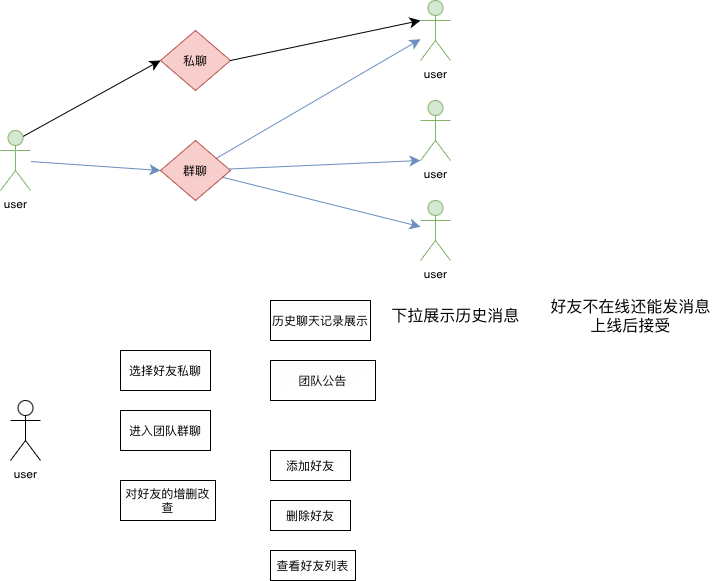
Above: 聊天室.drawio.png in calmthinke/notePic (draw.io), before the change. Source tidied: cells renumbered, new cells last; positions are measured from the earlier drawing's top-left corner, leaving out a move shared by most shapes.
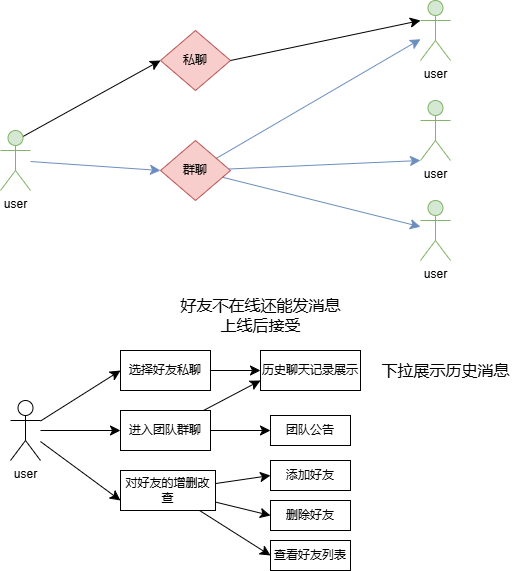
After the commit.

Commit message:
更新聊天室.drawio.png

Change to the diagram source:
```diff
@@ -41,38 +41,65 @@
     <mxCell id="14" style="edgeStyle=none;curved=1;rounded=0;jettySize=auto;html=1;entryX=0;entryY=1;entryDx=0;entryDy=0;entryPerimeter=0;fontSize=12;startSize=8;endSize=8;fillColor=#dae8fc;strokeColor=#6c8ebf;" parent="1" edge="1" source="12" target="7">
       <mxGeometry relative="1" as="geometry" />
     </mxCell>
+    <mxCell id="26" style="edgeStyle=none;curved=1;rounded=0;jettySize=auto;html=1;entryX=0;entryY=0.5;entryDx=0;entryDy=0;fontSize=12;startSize=8;endSize=8;" parent="1" edge="1" source="15" target="16">
+      <mxGeometry relative="1" as="geometry" />
+    </mxCell>
+    <mxCell id="27" style="edgeStyle=none;curved=1;rounded=0;jettySize=auto;html=1;entryX=0;entryY=0.5;entryDx=0;entryDy=0;fontSize=12;startSize=8;endSize=8;" parent="1" edge="1" source="15" target="17">
+      <mxGeometry relative="1" as="geometry" />
+    </mxCell>
+    <mxCell id="28" style="edgeStyle=none;curved=1;rounded=0;jettySize=auto;html=1;entryX=0;entryY=0.75;entryDx=0;entryDy=0;fontSize=12;startSize=8;endSize=8;" parent="1" edge="1" source="15" target="19">
+      <mxGeometry relative="1" as="geometry" />
+    </mxCell>
     <mxCell id="15" value="user" style="shape=umlActor;verticalLabelPosition=bottom;verticalAlign=top;html=1;outlineConnect=0;" parent="1" vertex="1">
       <mxGeometry x="10" y="400" width="30" height="60" as="geometry" />
     </mxCell>
+    <mxCell id="29" style="edgeStyle=none;curved=1;rounded=0;jettySize=auto;html=1;entryX=0;entryY=0.5;entryDx=0;entryDy=0;fontSize=12;startSize=8;endSize=8;" parent="1" edge="1" source="16" target="21">
+      <mxGeometry relative="1" as="geometry" />
+    </mxCell>
     <mxCell id="16" value="选择好友私聊" style="whiteSpace=wrap;html=1;" parent="1" vertex="1">
       <mxGeometry x="120" y="350" width="90" height="40" as="geometry" />
     </mxCell>
+    <mxCell id="30" style="edgeStyle=none;curved=1;rounded=0;jettySize=auto;html=1;entryX=0;entryY=0.5;entryDx=0;entryDy=0;fontSize=12;startSize=8;endSize=8;" parent="1" edge="1" source="17" target="23">
+      <mxGeometry relative="1" as="geometry" />
+    </mxCell>
+    <mxCell id="31" style="edgeStyle=none;curved=1;rounded=0;jettySize=auto;html=1;entryX=0;entryY=0.75;entryDx=0;entryDy=0;fontSize=12;startSize=8;endSize=8;" parent="1" edge="1" source="17" target="21">
+      <mxGeometry relative="1" as="geometry" />
+    </mxCell>
     <mxCell id="17" value="进入团队群聊" style="whiteSpace=wrap;html=1;" parent="1" vertex="1">
       <mxGeometry x="120" y="410" width="90" height="40" as="geometry" />
     </mxCell>
     <mxCell id="18" value="查看好友列表" style="whiteSpace=wrap;html=1;" parent="1" vertex="1">
-      <mxGeometry x="270" y="550" width="85" height="30" as="geometry" />
+      <mxGeometry x="270" y="540" width="80" height="30" as="geometry" />
     </mxCell>
+    <mxCell id="32" style="edgeStyle=none;curved=1;rounded=0;jettySize=auto;html=1;entryX=0;entryY=0.5;entryDx=0;entryDy=0;fontSize=12;startSize=8;endSize=8;" parent="1" edge="1" source="19" target="20">
+      <mxGeometry relative="1" as="geometry" />
+    </mxCell>
+    <mxCell id="33" style="edgeStyle=none;curved=1;rounded=0;jettySize=auto;html=1;entryX=0;entryY=0.5;entryDx=0;entryDy=0;fontSize=12;startSize=8;endSize=8;" parent="1" edge="1" source="19" target="2">
+      <mxGeometry relative="1" as="geometry" />
+    </mxCell>
+    <mxCell id="34" style="edgeStyle=none;curved=1;rounded=0;jettySize=auto;html=1;entryX=0;entryY=0.5;entryDx=0;entryDy=0;fontSize=12;startSize=8;endSize=8;" parent="1" edge="1" source="19" target="18">
+      <mxGeometry relative="1" as="geometry" />
+    </mxCell>
     <mxCell id="19" value="对好友的增删改查" style="whiteSpace=wrap;html=1;" parent="1" vertex="1">
-      <mxGeometry x="120" y="480" width="95" height="40" as="geometry" />
+      <mxGeometry x="120" y="470" width="95" height="40" as="geometry" />
     </mxCell>
     <mxCell id="20" value="添加好友" style="whiteSpace=wrap;html=1;" parent="1" vertex="1">
-      <mxGeometry x="270" y="450" width="80" height="30" as="geometry" />
+      <mxGeometry x="270" y="460" width="80" height="30" as="geometry" />
     </mxCell>
     <mxCell id="21" value="历史聊天记录展示" style="whiteSpace=wrap;html=1;" parent="1" vertex="1">
-      <mxGeometry x="270" y="300" width="100" height="40" as="geometry" />
+      <mxGeometry x="260" y="350" width="100" height="40" as="geometry" />
     </mxCell>
     <mxCell id="22" style="edgeStyle=none;curved=1;rounded=0;orthogonalLoop=1;jettySize=auto;html=1;entryX=1;entryY=0.25;entryDx=0;entryDy=0;fontSize=12;startSize=8;endSize=8;" parent="1" edge="1" source="19" target="19">
       <mxGeometry relative="1" as="geometry" />
     </mxCell>
     <mxCell id="23" value="团队公告" style="whiteSpace=wrap;html=1;" parent="1" vertex="1">
-      <mxGeometry x="270" y="360" width="105" height="40" as="geometry" />
+      <mxGeometry x="270" y="415" width="80" height="30" as="geometry" />
     </mxCell>
     <mxCell id="24" value="下拉展示历史消息" style="text;html=1;align=center;verticalAlign=middle;strokeColor=none;fillColor=none;fontSize=16;" parent="1" vertex="1">
-      <mxGeometry x="380" y="300" width="150" height="30" as="geometry" />
+      <mxGeometry x="370" y="355" width="150" height="30" as="geometry" />
     </mxCell>
     <mxCell id="25" value="好友不在线还能发消息&lt;div&gt;上线后接受&lt;/div&gt;" style="text;html=1;align=center;verticalAlign=middle;strokeColor=none;fillColor=none;fontSize=16;" parent="1" vertex="1">
-      <mxGeometry x="540" y="290" width="180" height="50" as="geometry" />
+      <mxGeometry x="170" y="290" width="180" height="50" as="geometry" />
     </mxCell>
   </root>
 </mxGraphModel>
```
